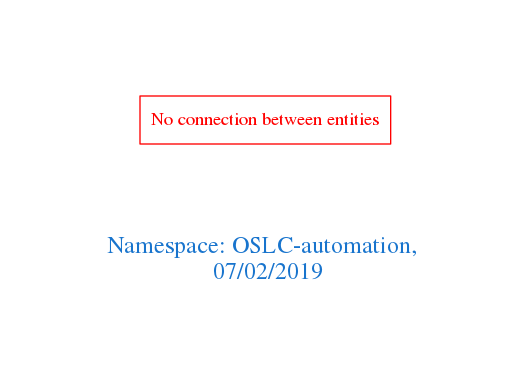
Above: downloads/OSLC-automation.png in arago/OGIT (Graphviz), before the change. Its source is kept beside it as downloads/OSLC-automation.dot.
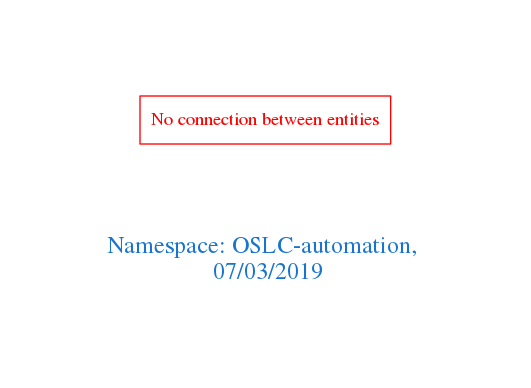
After the commit.

Change to the diagram source:
```diff
@@ -1,7 +1,7 @@
 digraph OGIT_ontology {
  graph [ rankdir= LR,pad=1
 fontsize = 18,
-fontcolor= dodgerblue3,label = "\n\n\nNamespace: OSLC-automation, \n 07/02/2019"];
+fontcolor= dodgerblue3,label = "\n\n\nNamespace: OSLC-automation, \n 07/03/2019"];
 node[shape=polygon];
 edge [  color="gray81"];
 
```
